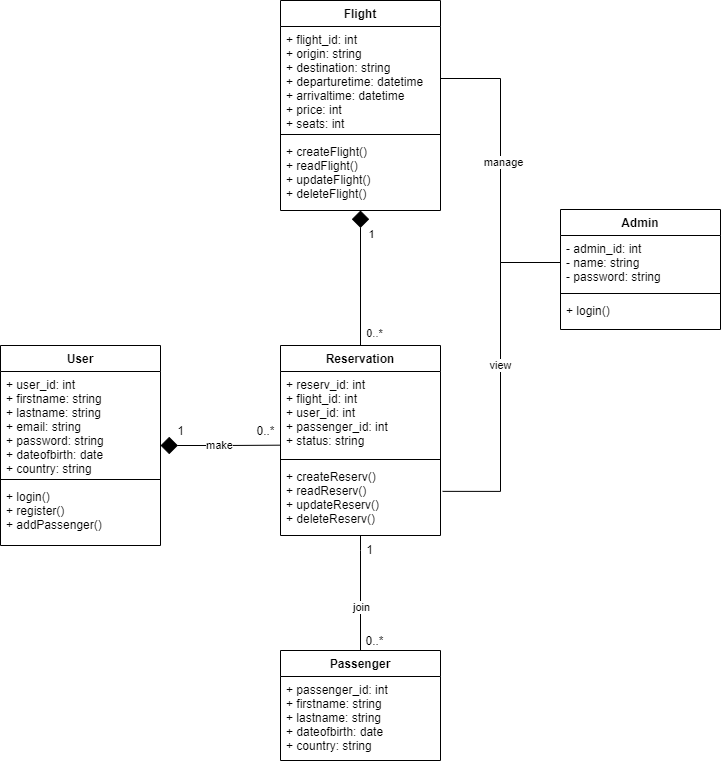
This is UML/UML_Class_Diagram.png from KhomsiAdam/SkylinkAirlines, a draw.io export, as it was before one commit. Source tidied: cells renumbered, new cells last; positions are measured from the earlier drawing's top-left corner, leaving out a move shared by most shapes.
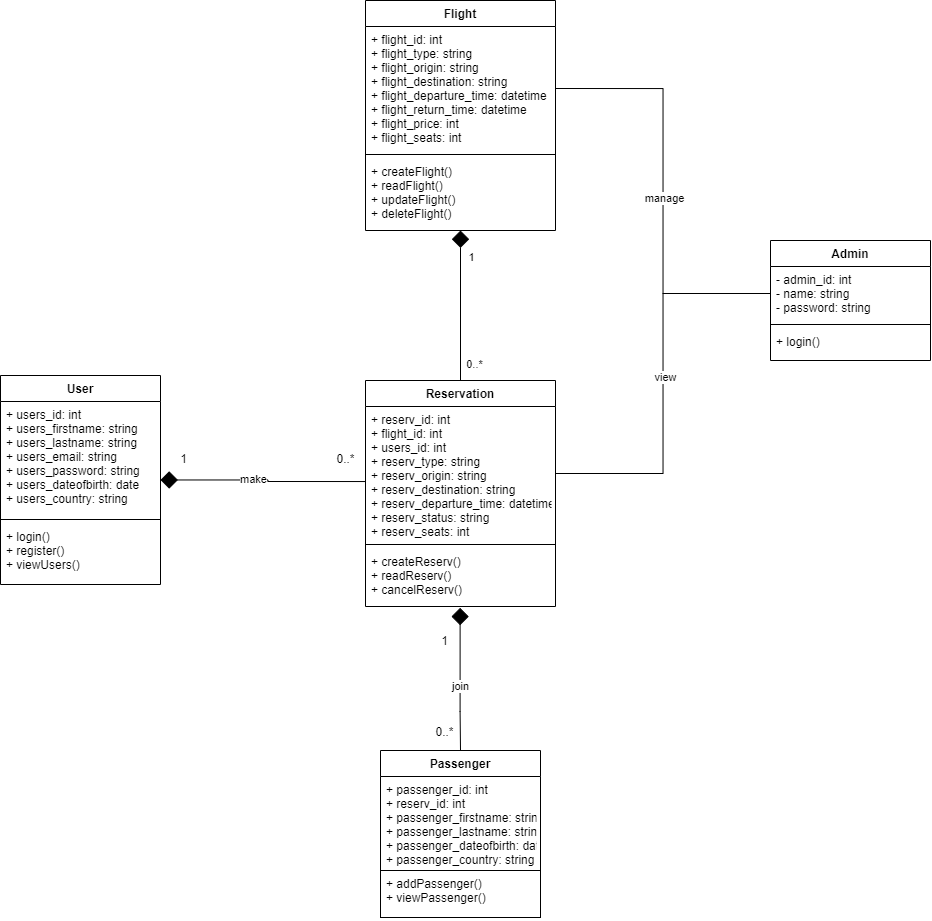
After the change.

Diff of the diagram source:
```diff
@@ -1,4 +1,4 @@
-<mxGraphModel>
+<mxGraphModel background="#ffffff">
   <root>
     <mxCell id="0" />
     <mxCell id="1" parent="0" />
@@ -16,18 +16,18 @@
       </mxGeometry>
     </mxCell>
     <mxCell id="5" value="Flight" style="swimlane;fontStyle=1;align=center;verticalAlign=top;horizontal=1;startSize=26;" parent="1" vertex="1">
-      <mxGeometry x="280" width="160" height="210" as="geometry" />
+      <mxGeometry x="265" y="130" width="190" height="230" as="geometry" />
     </mxCell>
-    <mxCell id="6" value="+ flight_id: int&#10;+ origin: string&#10;+ destination: string&#10;+ departuretime: datetime&#10;+ arrivaltime: datetime&#10;+ price: int&#10;+ seats: int" style="text;strokeColor=none;fillColor=none;align=left;verticalAlign=top;spacingLeft=4;spacingRight=4;overflow=hidden;points=[[0,0.5],[1,0.5]];portConstraint=eastwest;" parent="5" vertex="1">
-      <mxGeometry y="26" width="160" height="104" as="geometry" />
+    <mxCell id="6" value="+ flight_id: int&#10;+ flight_type: string&#10;+ flight_origin: string&#10;+ flight_destination: string&#10;+ flight_departure_time: datetime&#10;+ flight_return_time: datetime&#10;+ flight_price: int&#10;+ flight_seats: int" style="text;strokeColor=none;fillColor=none;align=left;verticalAlign=top;spacingLeft=4;spacingRight=4;overflow=hidden;points=[[0,0.5],[1,0.5]];portConstraint=eastwest;" parent="5" vertex="1">
+      <mxGeometry y="26" width="190" height="124" as="geometry" />
     </mxCell>
     <mxCell id="7" style="line;strokeWidth=1;fillColor=none;align=left;verticalAlign=middle;spacingTop=-1;spacingLeft=3;spacingRight=3;labelPosition=right;" parent="5" vertex="1">
-      <mxGeometry y="130" width="160" height="8" as="geometry" />
+      <mxGeometry y="150" width="190" height="8" as="geometry" />
     </mxCell>
     <mxCell id="8" value="+ createFlight()&#10;+ readFlight()&#10;+ updateFlight()&#10;+ deleteFlight()" style="text;strokeColor=none;fillColor=none;align=left;verticalAlign=top;spacingLeft=4;spacingRight=4;overflow=hidden;" parent="5" vertex="1">
-      <mxGeometry y="138" width="160" height="72" as="geometry" />
+      <mxGeometry y="158" width="190" height="72" as="geometry" />
     </mxCell>
-    <mxCell id="9" style="edgeStyle=orthogonalEdgeStyle;rounded=0;jettySize=auto;html=1;entryX=-0.001;entryY=0.877;entryDx=0;entryDy=0;entryPerimeter=0;startArrow=diamond;startFill=1;startSize=15;endArrow=none;endFill=0;strokeWidth=1;" parent="1" edge="1" source="11" target="16">
+    <mxCell id="9" style="edgeStyle=orthogonalEdgeStyle;rounded=0;jettySize=auto;html=1;startArrow=diamond;startFill=1;startSize=15;endArrow=none;endFill=0;strokeWidth=1;entryX=0;entryY=0.56;entryDx=0;entryDy=0;entryPerimeter=0;" parent="1" edge="1" source="11" target="16">
       <mxGeometry relative="1" as="geometry" />
     </mxCell>
     <mxCell id="10" value="make" style="edgeLabel;html=1;align=center;verticalAlign=middle;" parent="9" vertex="1">
@@ -36,37 +36,37 @@
       </mxGeometry>
     </mxCell>
     <mxCell id="11" value="User" style="swimlane;fontStyle=1;align=center;verticalAlign=top;horizontal=1;startSize=26;" parent="1" vertex="1">
-      <mxGeometry y="345" width="160" height="200" as="geometry" />
+      <mxGeometry x="-100" y="505" width="160" height="209" as="geometry" />
     </mxCell>
-    <mxCell id="12" value="+ user_id: int&#10;+ firstname: string&#10;+ lastname: string&#10;+ email: string&#10;+ password: string&#10;+ dateofbirth: date&#10;+ country: string" style="text;strokeColor=none;fillColor=none;align=left;verticalAlign=top;spacingLeft=4;spacingRight=4;overflow=hidden;" parent="11" vertex="1">
-      <mxGeometry y="26" width="160" height="104" as="geometry" />
+    <mxCell id="12" value="+ users_id: int&#10;+ users_firstname: string&#10;+ users_lastname: string&#10;+ users_email: string&#10;+ users_password: string&#10;+ users_dateofbirth: date&#10;+ users_country: string" style="text;strokeColor=none;fillColor=none;align=left;verticalAlign=top;spacingLeft=4;spacingRight=4;overflow=hidden;" parent="11" vertex="1">
+      <mxGeometry y="26" width="160" height="114" as="geometry" />
     </mxCell>
     <mxCell id="13" style="line;strokeWidth=1;fillColor=none;align=left;verticalAlign=middle;spacingTop=-1;spacingLeft=3;spacingRight=3;labelPosition=right;" parent="11" vertex="1">
-      <mxGeometry y="130" width="160" height="8" as="geometry" />
+      <mxGeometry y="140" width="160" height="8" as="geometry" />
     </mxCell>
-    <mxCell id="14" value="+ login()&#10;+ register()&#10;+ addPassenger()" style="text;strokeColor=none;fillColor=none;align=left;verticalAlign=top;spacingLeft=4;spacingRight=4;overflow=hidden;" parent="11" vertex="1">
-      <mxGeometry y="138" width="160" height="62" as="geometry" />
+    <mxCell id="14" value="+ login()&#10;+ register()&#10;+ viewUsers()" style="text;strokeColor=none;fillColor=none;align=left;verticalAlign=top;spacingLeft=4;spacingRight=4;overflow=hidden;" parent="11" vertex="1">
+      <mxGeometry y="148" width="160" height="61" as="geometry" />
     </mxCell>
     <mxCell id="15" value="Reservation" style="swimlane;fontStyle=1;align=center;verticalAlign=top;horizontal=1;startSize=26;" parent="1" vertex="1">
-      <mxGeometry x="280" y="345" width="160" height="190" as="geometry" />
+      <mxGeometry x="265" y="510" width="190" height="226" as="geometry" />
     </mxCell>
-    <mxCell id="16" value="+ reserv_id: int&#10;+ flight_id: int&#10;+ user_id: int&#10;+ passenger_id: int&#10;+ status: string" style="text;strokeColor=none;fillColor=none;align=left;verticalAlign=top;spacingLeft=4;spacingRight=4;overflow=hidden;points=[[0,0.5],[1,0.5]];portConstraint=eastwest;" parent="15" vertex="1">
-      <mxGeometry y="26" width="160" height="84" as="geometry" />
+    <mxCell id="16" value="+ reserv_id: int&#10;+ flight_id: int&#10;+ users_id: int&#10;+ reserv_type: string&#10;+ reserv_origin: string&#10;+ reserv_destination: string&#10;+ reserv_departure_time: datetime&#10;+ reserv_status: string&#10;+ reserv_seats: int" style="text;strokeColor=none;fillColor=none;align=left;verticalAlign=top;spacingLeft=4;spacingRight=4;overflow=hidden;points=[[0,0.5],[1,0.5]];portConstraint=eastwest;" parent="15" vertex="1">
+      <mxGeometry y="26" width="190" height="134" as="geometry" />
     </mxCell>
     <mxCell id="17" style="line;strokeWidth=1;fillColor=none;align=left;verticalAlign=middle;spacingTop=-1;spacingLeft=3;spacingRight=3;labelPosition=right;" parent="15" vertex="1">
-      <mxGeometry y="110" width="160" height="8" as="geometry" />
+      <mxGeometry y="160" width="190" height="8" as="geometry" />
     </mxCell>
-    <mxCell id="18" value="+ createReserv()&#10;+ readReserv()&#10;+ updateReserv()&#10;+ deleteReserv()" style="text;strokeColor=none;fillColor=none;align=left;verticalAlign=top;spacingLeft=4;spacingRight=4;overflow=hidden;points=[[0,0.5],[1,0.5]];portConstraint=eastwest;" parent="15" vertex="1">
-      <mxGeometry y="118" width="160" height="72" as="geometry" />
+    <mxCell id="18" value="+ createReserv()&#10;+ readReserv()&#10;+ cancelReserv()" style="text;strokeColor=none;fillColor=none;align=left;verticalAlign=top;spacingLeft=4;spacingRight=4;overflow=hidden;points=[[0,0.5],[1,0.5]];portConstraint=eastwest;" parent="15" vertex="1">
+      <mxGeometry y="168" width="190" height="58" as="geometry" />
     </mxCell>
-    <mxCell id="19" style="edgeStyle=orthogonalEdgeStyle;rounded=0;jettySize=auto;html=1;startArrow=none;startFill=0;startSize=15;endArrow=none;endFill=0;strokeWidth=1;exitX=0;exitY=0.5;exitDx=0;exitDy=0;" parent="1" edge="1" source="22" target="6">
+    <mxCell id="19" style="edgeStyle=orthogonalEdgeStyle;rounded=0;jettySize=auto;html=1;entryX=1;entryY=0.5;entryDx=0;entryDy=0;startArrow=none;startFill=0;endArrow=none;endFill=0;exitX=0;exitY=0.5;exitDx=0;exitDy=0;" parent="1" edge="1" source="22" target="6">
       <mxGeometry relative="1" as="geometry" />
     </mxCell>
     <mxCell id="20" value="manage" style="edgeLabel;html=1;align=center;verticalAlign=middle;" parent="19" vertex="1">
-      <mxGeometry x="0.06" y="-2" relative="1" as="geometry" />
+      <mxGeometry x="-0.03" y="-1" relative="1" as="geometry" />
     </mxCell>
     <mxCell id="21" value="Admin" style="swimlane;fontStyle=1;align=center;verticalAlign=top;horizontal=1;startSize=26;" parent="1" vertex="1">
-      <mxGeometry x="560" y="209" width="160" height="120" as="geometry" />
+      <mxGeometry x="670" y="370" width="160" height="120" as="geometry" />
     </mxCell>
     <mxCell id="22" value="- admin_id: int&#10;- name: string&#10;- password: string" style="text;strokeColor=none;fillColor=none;align=left;verticalAlign=top;spacingLeft=4;spacingRight=4;overflow=hidden;points=[[0,0.5],[1,0.5]];portConstraint=eastwest;" parent="21" vertex="1">
       <mxGeometry y="26" width="160" height="54" as="geometry" />
@@ -77,43 +77,46 @@
     <mxCell id="24" value="+ login()" style="text;strokeColor=none;fillColor=none;align=left;verticalAlign=top;spacingLeft=4;spacingRight=4;overflow=hidden;" parent="21" vertex="1">
       <mxGeometry y="88" width="160" height="32" as="geometry" />
     </mxCell>
-    <mxCell id="25" style="edgeStyle=orthogonalEdgeStyle;rounded=0;jettySize=auto;html=1;entryX=1.013;entryY=0.387;entryDx=0;entryDy=0;entryPerimeter=0;startArrow=none;startFill=0;startSize=15;endArrow=none;endFill=0;strokeWidth=1;exitX=0;exitY=0.5;exitDx=0;exitDy=0;" parent="1" edge="1" source="22" target="18">
-      <mxGeometry relative="1" as="geometry" />
-    </mxCell>
-    <mxCell id="26" value="view" style="edgeLabel;html=1;align=center;verticalAlign=middle;" parent="25" vertex="1">
-      <mxGeometry x="-0.11" y="-1" relative="1" as="geometry">
-        <mxPoint y="8" as="offset" />
-      </mxGeometry>
-    </mxCell>
     <mxCell id="27" value="0..*" style="text;html=1;align=center;verticalAlign=middle;" parent="1" vertex="1">
-      <mxGeometry x="250" y="420" width="30" height="20" as="geometry" />
+      <mxGeometry x="230" y="578" width="30" height="20" as="geometry" />
     </mxCell>
     <mxCell id="28" value="1" style="text;html=1;align=center;verticalAlign=middle;" parent="1" vertex="1">
-      <mxGeometry x="170" y="420" width="20" height="20" as="geometry" />
+      <mxGeometry x="73" y="578" width="20" height="20" as="geometry" />
     </mxCell>
-    <mxCell id="29" style="edgeStyle=none;rounded=0;jettySize=auto;html=1;startArrow=none;startFill=0;startSize=15;endArrow=none;endFill=0;strokeWidth=1;" parent="1" edge="1" source="31" target="18">
-      <mxGeometry relative="1" as="geometry">
-        <Array as="points">
-          <mxPoint x="360" y="550" />
-        </Array>
-      </mxGeometry>
-    </mxCell>
-    <mxCell id="30" value="join" style="edgeLabel;html=1;align=center;verticalAlign=middle;" parent="29" vertex="1">
-      <mxGeometry x="0.22" y="-1" relative="1" as="geometry">
-        <mxPoint x="-1" y="26.9" as="offset" />
-      </mxGeometry>
-    </mxCell>
     <mxCell id="31" value="Passenger" style="swimlane;fontStyle=1;align=center;verticalAlign=top;horizontal=1;startSize=26;" parent="1" vertex="1">
-      <mxGeometry x="280" y="650" width="160" height="110" as="geometry" />
+      <mxGeometry x="280" y="880" width="160" height="167" as="geometry" />
     </mxCell>
-    <mxCell id="32" value="+ passenger_id: int&#10;+ firstname: string&#10;+ lastname: string&#10;+ dateofbirth: date&#10;+ country: string" style="text;strokeColor=none;fillColor=none;align=left;verticalAlign=top;spacingLeft=4;spacingRight=4;overflow=hidden;" parent="31" vertex="1">
-      <mxGeometry y="26" width="160" height="84" as="geometry" />
+    <mxCell id="32" value="+ passenger_id: int&#10;+ reserv_id: int&#10;+ passenger_firstname: string&#10;+ passenger_lastname: string&#10;+ passenger_dateofbirth: date&#10;+ passenger_country: string" style="text;strokeColor=none;fillColor=none;align=left;verticalAlign=top;spacingLeft=4;spacingRight=4;overflow=hidden;" parent="31" vertex="1">
+      <mxGeometry y="26" width="160" height="94" as="geometry" />
     </mxCell>
+    <mxCell id="35" value="+ addPassenger()&#10;+ viewPassenger()" style="text;fillColor=none;align=left;verticalAlign=top;spacingLeft=4;spacingRight=4;overflow=hidden;strokeColor=#000000;" parent="31" vertex="1">
+      <mxGeometry y="120" width="160" height="47" as="geometry" />
+    </mxCell>
     <mxCell id="33" value="0..*" style="text;html=1;align=center;verticalAlign=middle;" parent="1" vertex="1">
-      <mxGeometry x="359" y="630" width="30" height="20" as="geometry" />
+      <mxGeometry x="329" y="851" width="30" height="20" as="geometry" />
     </mxCell>
     <mxCell id="34" value="1" style="text;html=1;align=center;verticalAlign=middle;" parent="1" vertex="1">
-      <mxGeometry x="359" y="539" width="20" height="20" as="geometry" />
+      <mxGeometry x="334" y="760" width="20" height="20" as="geometry" />
     </mxCell>
+    <mxCell id="36" style="edgeStyle=orthogonalEdgeStyle;rounded=0;jettySize=auto;html=1;entryX=1;entryY=0.5;entryDx=0;entryDy=0;startArrow=none;startFill=0;endArrow=none;endFill=0;" parent="1" edge="1" source="22" target="16">
+      <mxGeometry relative="1" as="geometry" />
+    </mxCell>
+    <mxCell id="26" value="view" style="edgeLabel;html=1;align=center;verticalAlign=middle;" parent="36" vertex="1">
+      <mxGeometry x="-0.03" y="2" relative="1" as="geometry" />
+    </mxCell>
+    <mxCell id="37" style="edgeStyle=orthogonalEdgeStyle;rounded=0;jettySize=auto;html=1;startArrow=diamond;startFill=1;startSize=15;endArrow=none;endFill=0;strokeWidth=1;exitX=0.498;exitY=1.023;exitDx=0;exitDy=0;exitPerimeter=0;" parent="1" edge="1" source="18">
+      <mxGeometry relative="1" as="geometry">
+        <mxPoint x="360" y="880" as="targetPoint" />
+        <Array as="points">
+          <mxPoint x="360" y="841" />
+          <mxPoint x="360" y="841" />
+        </Array>
+      </mxGeometry>
+    </mxCell>
+    <mxCell id="30" value="join" style="edgeLabel;html=1;align=center;verticalAlign=middle;" parent="37" vertex="1">
+      <mxGeometry x="-0.23" y="1" relative="1" as="geometry">
+        <mxPoint x="-1" y="22.7" as="offset" />
+      </mxGeometry>
+    </mxCell>
   </root>
 </mxGraphModel>
```
